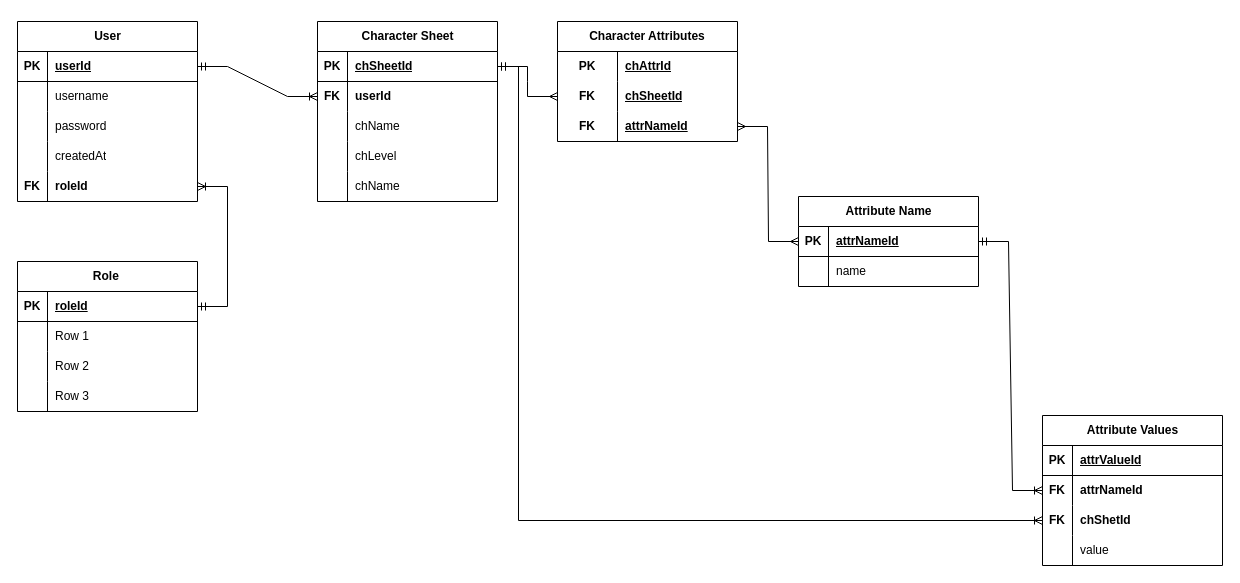
decioneto/rpg-ghanor-dashboard keeps this draw.io diagram as db-diagram.drawio. Above is the earlier version. Source tidied: cells renumbered, new cells numbered last; positions are measured from the earlier drawing's top-left corner, leaving out a move shared by most shapes. Both pictures are drawn from the tidied source at 100%, with x=0, y=0 at pixel (17, 21).
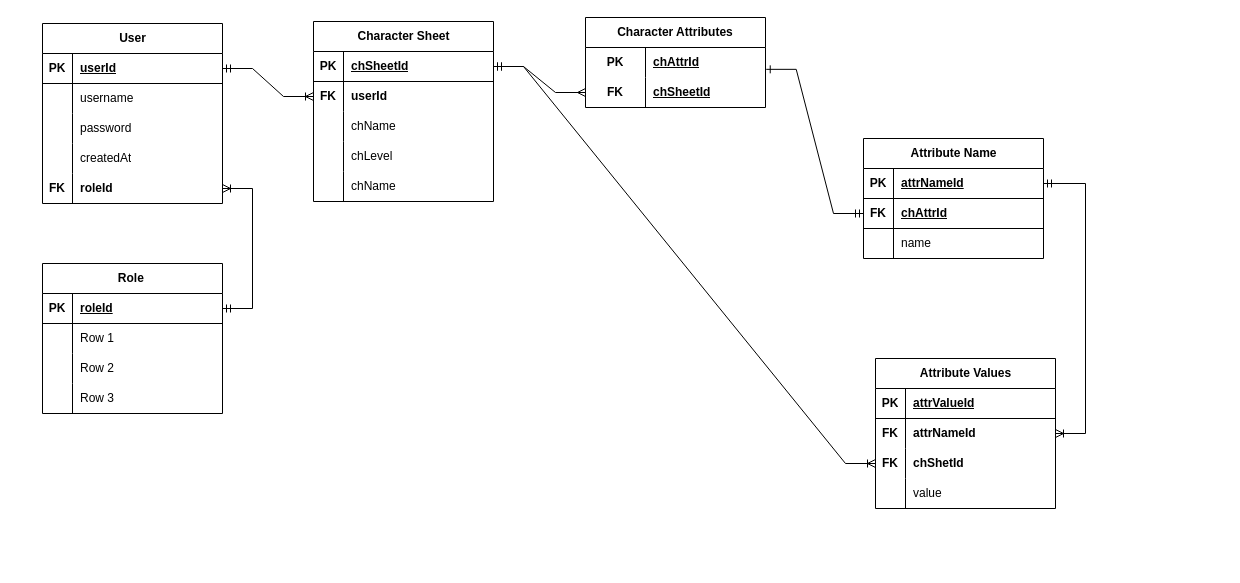
The same diagram, later.

The change refers to these unchanged cells:
```xml
<mxCell id="32" style="shape=tableRow;horizontal=0;startSize=0;swimlaneHead=0;swimlaneBody=0;fillColor=none;points=[[0,0.5],[1,0.5]];portConstraint=eastwest;top=0;left=0;right=0;bottom=1;" parent="31" vertex="1">
  <mxGeometry y="30" width="180" height="30" as="geometry" />
</mxCell>
<mxCell id="48" style="shape=tableRow;horizontal=0;startSize=0;swimlaneHead=0;swimlaneBody=0;fillColor=none;points=[[0,0.5],[1,0.5]];portConstraint=eastwest;top=0;left=0;right=0;bottom=0;html=1;" parent="47" vertex="1">
  <mxGeometry y="30" width="180" height="30" as="geometry" />
</mxCell>
<mxCell id="58" style="shape=tableRow;horizontal=0;startSize=0;swimlaneHead=0;swimlaneBody=0;fillColor=none;points=[[0,0.5],[1,0.5]];portConstraint=eastwest;top=0;left=0;right=0;bottom=1;" parent="57" vertex="1">
  <mxGeometry y="30" width="180" height="30" as="geometry" />
</mxCell>
<mxCell id="68" style="shape=tableRow;horizontal=0;startSize=0;swimlaneHead=0;swimlaneBody=0;fillColor=none;points=[[0,0.5],[1,0.5]];portConstraint=eastwest;top=0;left=0;right=0;bottom=0;fontStyle=1;" parent="64" vertex="1">
  <mxGeometry y="60" width="180" height="30" as="geometry" />
</mxCell>
<mxCell id="71" style="shape=tableRow;horizontal=0;startSize=0;swimlaneHead=0;swimlaneBody=0;fillColor=none;points=[[0,0.5],[1,0.5]];portConstraint=eastwest;top=0;left=0;right=0;bottom=0;fontStyle=1;" parent="64" vertex="1">
  <mxGeometry y="90" width="180" height="30" as="geometry" />
</mxCell>
```

Diff of the diagram source:
```diff
@@
     <mxCell id="2" value="User" style="shape=table;startSize=30;childLayout=tableLayout;rowLines=0;fontStyle=1;align=center;html=1;" parent="1" vertex="1">
-      <mxGeometry width="180" height="180" as="geometry" />
+      <mxGeometry x="25" y="2" width="180" height="180" as="geometry" />
     </mxCell>
@@
     <mxCell id="18" value="Role&amp;nbsp;" style="shape=table;startSize=30;childLayout=tableLayout;rowLines=0;fontStyle=1;align=center;html=1;" parent="1" vertex="1">
-      <mxGeometry y="240" width="180" height="150" as="geometry" />
+      <mxGeometry x="25" y="242" width="180" height="150" as="geometry" />
     </mxCell>
@@
     <mxCell id="31" value="Character Sheet" style="shape=table;startSize=30;childLayout=tableLayout;rowLines=0;fontStyle=1;align=center;html=1;" parent="1" vertex="1">
-      <mxGeometry x="300" width="180" height="180" as="geometry" />
+      <mxGeometry x="296" width="180" height="180" as="geometry" />
     </mxCell>
@@
     <mxCell id="47" value="Character Attributes" style="shape=table;startSize=30;childLayout=tableLayout;rowLines=0;fontStyle=1;align=center;html=1;whiteSpace=wrap;" parent="1" vertex="1">
-      <mxGeometry x="540" width="180" height="120" as="geometry" />
+      <mxGeometry x="568" y="-4" width="180" height="90" as="geometry" />
     </mxCell>
@@
-    <mxCell id="54" style="shape=tableRow;horizontal=0;startSize=0;swimlaneHead=0;swimlaneBody=0;fillColor=none;points=[[0,0.5],[1,0.5]];portConstraint=eastwest;top=0;left=0;right=0;bottom=0;html=1;" parent="47" vertex="1">
-      <mxGeometry y="90" width="180" height="30" as="geometry" />
-    </mxCell>
-    <mxCell id="55" value="FK" style="shape=partialRectangle;fillColor=none;top=0;left=0;bottom=0;right=0;fontStyle=1;overflow=hidden;html=1;whiteSpace=wrap;strokeColor=inherit;" parent="54" vertex="1">
-      <mxGeometry width="60" height="30" as="geometry" />
-    </mxCell>
-    <mxCell id="56" value="attrNameId" style="shape=partialRectangle;fillColor=none;top=0;left=0;bottom=0;right=0;align=left;spacingLeft=6;fontStyle=5;overflow=hidden;html=1;whiteSpace=wrap;strokeColor=inherit;" parent="54" vertex="1">
-      <mxGeometry x="60" width="120" height="30" as="geometry" />
-    </mxCell>
     <mxCell id="57" value="Attribute Name" style="shape=table;startSize=30;childLayout=tableLayout;rowLines=0;fontStyle=1;align=center;html=1;" parent="1" vertex="1">
-      <mxGeometry x="781" y="175" width="180" height="90" as="geometry" />
+      <mxGeometry x="846" y="117" width="180" height="120" as="geometry" />
     </mxCell>
@@
+    <mxCell id="83" style="shape=tableRow;horizontal=0;startSize=0;swimlaneHead=0;swimlaneBody=0;fillColor=none;points=[[0,0.5],[1,0.5]];portConstraint=eastwest;top=0;left=0;right=0;bottom=1;" parent="57" vertex="1">
+      <mxGeometry y="60" width="180" height="30" as="geometry" />
+    </mxCell>
+    <mxCell id="55" value="FK" style="shape=partialRectangle;fillColor=none;top=0;left=0;bottom=0;right=0;fontStyle=1;overflow=hidden;whiteSpace=wrap;html=1;" parent="83" vertex="1">
+      <mxGeometry width="30" height="30" as="geometry" />
+    </mxCell>
+    <mxCell id="84" value="chAttrId" style="shape=partialRectangle;fillColor=none;top=0;left=0;bottom=0;right=0;align=left;spacingLeft=6;fontStyle=5;overflow=hidden;whiteSpace=wrap;html=1;" parent="83" vertex="1">
+      <mxGeometry x="30" width="150" height="30" as="geometry" />
+    </mxCell>
     <mxCell id="61" style="shape=tableRow;horizontal=0;startSize=0;swimlaneHead=0;swimlaneBody=0;fillColor=none;top=0;left=0;right=0;bottom=0;" parent="57" vertex="1">
-      <mxGeometry y="60" width="180" height="30" as="geometry" />
+      <mxGeometry y="90" width="180" height="30" as="geometry" />
     </mxCell>
@@
     <mxCell id="64" value="Attribute Values" style="shape=table;startSize=30;childLayout=tableLayout;rowLines=0;fontStyle=1;align=center;html=1;" parent="1" vertex="1">
-      <mxGeometry x="1025" y="394" width="180" height="150" as="geometry" />
+      <mxGeometry x="858" y="337" width="180" height="150" as="geometry" />
     </mxCell>
@@
-    <mxCell id="80" style="edgeStyle=entityRelationEdgeStyle;fontSize=12;html=1;endArrow=ERoneToMany;rounded=0;exitX=1;exitY=0.5;exitDx=0;exitDy=0;startArrow=ERmandOne;startFill=0;" parent="1" edge="1" source="58" target="68">
-      <mxGeometry relative="1" as="geometry" />
-    </mxCell>
-    <mxCell id="81" style="edgeStyle=entityRelationEdgeStyle;fontSize=12;html=1;endArrow=ERmany;rounded=0;endFill=0;startArrow=ERmany;startFill=0;entryX=0;entryY=0.5;entryDx=0;entryDy=0;" parent="1" edge="1" source="54" target="58">
+    <mxCell id="81" style="edgeStyle=entityRelationEdgeStyle;fontSize=12;html=1;endArrow=ERmandOne;rounded=0;endFill=0;startArrow=ERone;startFill=0;entryX=0;entryY=0.5;entryDx=0;entryDy=0;exitX=1.004;exitY=0.728;exitDx=0;exitDy=0;exitPerimeter=0;" parent="1" edge="1" source="48" target="83">
       <mxGeometry relative="1" as="geometry" />
     </mxCell>
-    <mxCell id="82" style="edgeStyle=orthogonalEdgeStyle;fontSize=12;html=1;endArrow=ERoneToMany;rounded=0;exitX=1;exitY=0.5;exitDx=0;exitDy=0;endFill=0;startArrow=ERmandOne;startFill=0;entryX=0;entryY=0.5;entryDx=0;entryDy=0;" parent="1" edge="1" source="32" target="71">
-      <mxGeometry relative="1" as="geometry">
-        <Array as="points">
-          <mxPoint x="501" y="45" />
-          <mxPoint x="501" y="499" />
-        </Array>
-      </mxGeometry>
+    <mxCell id="82" style="fontSize=12;html=1;endArrow=ERoneToMany;rounded=0;exitX=1;exitY=0.5;exitDx=0;exitDy=0;endFill=0;startArrow=ERmandOne;startFill=0;entryX=0;entryY=0.5;entryDx=0;entryDy=0;edgeStyle=entityRelationEdgeStyle;" parent="1" edge="1" source="32" target="71">
+      <mxGeometry relative="1" as="geometry" />
     </mxCell>
+    <mxCell id="80" style="edgeStyle=entityRelationEdgeStyle;fontSize=12;html=1;endArrow=ERoneToMany;rounded=0;endFill=0;startArrow=ERmandOne;startFill=0;exitX=1;exitY=0.5;exitDx=0;exitDy=0;" parent="1" edge="1" source="58" target="68">
+      <mxGeometry relative="1" as="geometry" />
+    </mxCell>
```
